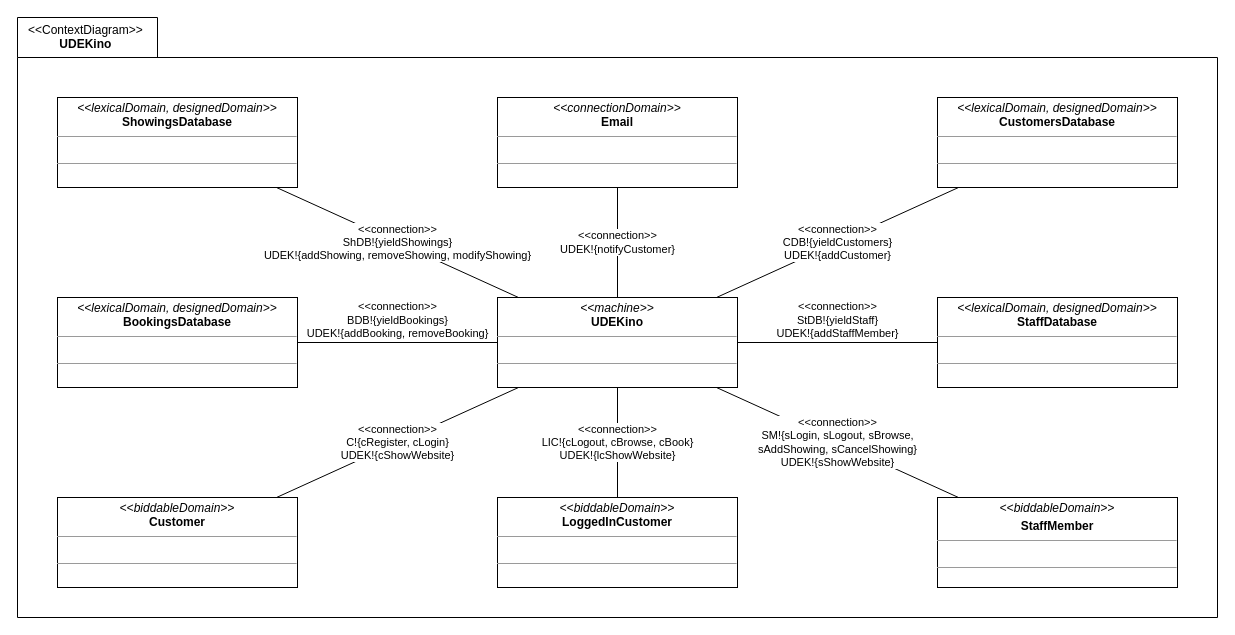
melvdlin/swtlab keeps this draw.io diagram as a02_context_diagram.drawio. Above is the earlier version. Source tidied: cells renumbered, new cells numbered last; positions are measured from the earlier drawing's top-left corner, leaving out a move shared by most shapes. Both pictures are drawn from the tidied source at 100%, with x=0, y=0 at pixel (17, 17).
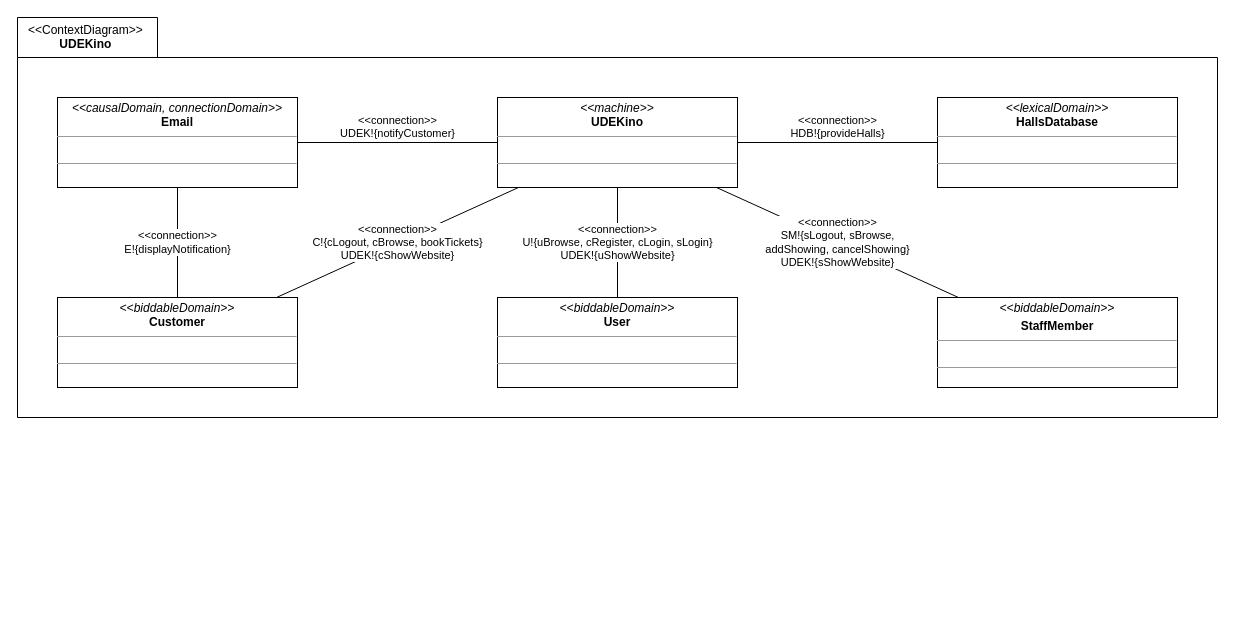
The same page after the edit.

Commit message (it also covers changes not shown here):
rework context diagram

What changed in the source:
```diff
@@
     <mxCell id="2" value="&lt;div style=&quot;&quot;&gt;&lt;span style=&quot;font-weight: 400; background-color: initial;&quot;&gt;&amp;lt;&amp;lt;ContextDiagram&amp;gt;&amp;gt;&lt;/span&gt;&lt;/div&gt;&lt;div style=&quot;text-align: center;&quot;&gt;&lt;span style=&quot;background-color: initial;&quot;&gt;UDEKino&lt;/span&gt;&lt;/div&gt;" style="shape=folder;fontStyle=1;spacingTop=1;tabWidth=140;tabHeight=40;tabPosition=left;html=1;rounded=0;shadow=0;glass=0;comic=0;sketch=0;gradientColor=none;labelPosition=center;verticalLabelPosition=middle;align=left;verticalAlign=top;spacing=0;spacingLeft=11;" parent="1" vertex="1">
-      <mxGeometry width="1200" height="600" as="geometry" />
+      <mxGeometry width="1200" height="400" as="geometry" />
     </mxCell>
-    <mxCell id="3" style="group;" parent="2" vertex="1">
-      <mxGeometry x="40" y="80" width="1120" height="490" as="geometry" />
-    </mxCell>
+    <mxCell id="21" style="group;" parent="1" vertex="1">
+      <mxGeometry x="40" y="80" width="1120" height="290" as="geometry" />
+    </mxCell>
-    <mxCell id="4" value="&lt;p style=&quot;margin:0px;margin-top:4px;text-align:center;&quot;&gt;&lt;i&gt;&amp;lt;&amp;lt;biddableDomain&amp;gt;&amp;gt;&lt;/i&gt;&lt;br&gt;&lt;b&gt;LoggedInCustomer&lt;/b&gt;&lt;/p&gt;&lt;hr size=&quot;1&quot;&gt;&lt;p style=&quot;margin:0px;margin-left:4px;&quot;&gt;&lt;br&gt;&lt;/p&gt;&lt;hr size=&quot;1&quot;&gt;&lt;p style=&quot;margin:0px;margin-left:4px;&quot;&gt;&lt;br&gt;&lt;/p&gt;" style="verticalAlign=top;align=left;overflow=fill;fontSize=12;fontFamily=Helvetica;html=1;rounded=0;shadow=0;glass=0;comic=0;sketch=0;fontColor=default;gradientColor=none;" parent="3" vertex="1">
-      <mxGeometry x="440" y="400" width="240" height="90" as="geometry" />
+    <mxCell id="4" value="&lt;p style=&quot;margin: 0px ; margin-top: 4px ; text-align: center&quot;&gt;&lt;i&gt;&amp;lt;&amp;lt;biddableDomain&amp;gt;&amp;gt;&lt;/i&gt;&lt;br&gt;&lt;b&gt;Customer&lt;/b&gt;&lt;/p&gt;&lt;hr size=&quot;1&quot;&gt;&lt;p style=&quot;margin: 0px ; margin-left: 4px&quot;&gt;&lt;br&gt;&lt;/p&gt;&lt;hr size=&quot;1&quot;&gt;&lt;p style=&quot;margin: 0px ; margin-left: 4px&quot;&gt;&lt;br&gt;&lt;/p&gt;" style="verticalAlign=top;align=left;overflow=fill;fontSize=12;fontFamily=Helvetica;html=1;rounded=0;shadow=0;glass=0;comic=0;sketch=0;fontColor=default;gradientColor=none;" parent="21" vertex="1">
+      <mxGeometry y="200" width="240" height="90" as="geometry" />
     </mxCell>
+    <mxCell id="22" value="&amp;lt;&amp;lt;connection&amp;gt;&amp;gt;&lt;br&gt;E!{displayNotification}" style="edgeStyle=none;rounded=0;jettySize=auto;html=1;endArrow=none;endFill=0;" parent="21" edge="1" source="5" target="4">
+      <mxGeometry relative="1" as="geometry" />
+    </mxCell>
-    <mxCell id="5" value="&lt;p style=&quot;margin:0px;margin-top:4px;text-align:center;&quot;&gt;&lt;i&gt;&amp;lt;&amp;lt;connectionDomain&amp;gt;&amp;gt;&lt;/i&gt;&lt;br&gt;&lt;b&gt;Email&lt;/b&gt;&lt;/p&gt;&lt;hr size=&quot;1&quot;&gt;&lt;p style=&quot;margin:0px;margin-left:4px;&quot;&gt;&lt;br&gt;&lt;/p&gt;&lt;hr size=&quot;1&quot;&gt;&lt;p style=&quot;margin:0px;margin-left:4px;&quot;&gt;&lt;br&gt;&lt;/p&gt;" style="verticalAlign=top;align=left;overflow=fill;fontSize=12;fontFamily=Helvetica;html=1;rounded=0;shadow=0;glass=0;comic=0;sketch=0;fontColor=default;gradientColor=none;" parent="3" vertex="1">
-      <mxGeometry x="440" width="240" height="90" as="geometry" />
+    <mxCell id="5" value="&lt;p style=&quot;margin: 0px ; margin-top: 4px ; text-align: center&quot;&gt;&lt;i&gt;&amp;lt;&amp;lt;causalDomain, connectionDomain&amp;gt;&amp;gt;&lt;/i&gt;&lt;br&gt;&lt;b&gt;Email&lt;/b&gt;&lt;/p&gt;&lt;hr size=&quot;1&quot;&gt;&lt;p style=&quot;margin: 0px ; margin-left: 4px&quot;&gt;&lt;br&gt;&lt;/p&gt;&lt;hr size=&quot;1&quot;&gt;&lt;p style=&quot;margin: 0px ; margin-left: 4px&quot;&gt;&lt;br&gt;&lt;/p&gt;" style="verticalAlign=top;align=left;overflow=fill;fontSize=12;fontFamily=Helvetica;html=1;rounded=0;shadow=0;glass=0;comic=0;sketch=0;fontColor=default;gradientColor=none;" parent="21" vertex="1">
+      <mxGeometry width="240" height="90" as="geometry" />
     </mxCell>
-    <mxCell id="6" value="&lt;p style=&quot;margin:0px;margin-top:4px;text-align:center;&quot;&gt;&lt;i&gt;&amp;lt;&amp;lt;biddableDomain&amp;gt;&amp;gt;&lt;/i&gt;&lt;br&gt;&lt;b&gt;Customer&lt;/b&gt;&lt;/p&gt;&lt;hr size=&quot;1&quot;&gt;&lt;p style=&quot;margin:0px;margin-left:4px;&quot;&gt;&lt;br&gt;&lt;/p&gt;&lt;hr size=&quot;1&quot;&gt;&lt;p style=&quot;margin:0px;margin-left:4px;&quot;&gt;&lt;br&gt;&lt;/p&gt;" style="verticalAlign=top;align=left;overflow=fill;fontSize=12;fontFamily=Helvetica;html=1;rounded=0;shadow=0;glass=0;comic=0;sketch=0;fontColor=default;gradientColor=none;" parent="3" vertex="1">
-      <mxGeometry y="400" width="240" height="90" as="geometry" />
+    <mxCell id="6" value="&lt;p style=&quot;margin: 0px ; margin-top: 4px ; text-align: center&quot;&gt;&lt;i&gt;&amp;lt;&amp;lt;biddableDomain&amp;gt;&amp;gt;&lt;/i&gt;&lt;br&gt;&lt;b&gt;User&lt;/b&gt;&lt;/p&gt;&lt;hr size=&quot;1&quot;&gt;&lt;p style=&quot;margin: 0px ; margin-left: 4px&quot;&gt;&lt;br&gt;&lt;/p&gt;&lt;hr size=&quot;1&quot;&gt;&lt;p style=&quot;margin: 0px ; margin-left: 4px&quot;&gt;&lt;br&gt;&lt;/p&gt;" style="verticalAlign=top;align=left;overflow=fill;fontSize=12;fontFamily=Helvetica;html=1;rounded=0;shadow=0;glass=0;comic=0;sketch=0;fontColor=default;gradientColor=none;" parent="21" vertex="1">
+      <mxGeometry x="440" y="200" width="240" height="90" as="geometry" />
     </mxCell>
-    <mxCell id="7" value="&lt;p style=&quot;margin:0px;margin-top:4px;text-align:center;&quot;&gt;&lt;i&gt;&amp;lt;&amp;lt;biddableD&lt;/i&gt;&lt;i style=&quot;background-color: initial;&quot;&gt;omain&amp;gt;&amp;gt;&lt;/i&gt;&lt;/p&gt;&lt;p style=&quot;margin:0px;margin-top:4px;text-align:center;&quot;&gt;&lt;b&gt;StaffMember&lt;/b&gt;&lt;/p&gt;&lt;hr size=&quot;1&quot;&gt;&lt;p style=&quot;margin:0px;margin-left:4px;&quot;&gt;&lt;br&gt;&lt;/p&gt;&lt;hr size=&quot;1&quot;&gt;&lt;p style=&quot;margin:0px;margin-left:4px;&quot;&gt;&lt;br&gt;&lt;/p&gt;" style="verticalAlign=top;align=left;overflow=fill;fontSize=12;fontFamily=Helvetica;html=1;rounded=0;shadow=0;glass=0;comic=0;sketch=0;fontColor=default;gradientColor=none;" parent="3" vertex="1">
-      <mxGeometry x="880" y="400" width="240" height="90" as="geometry" />
-    </mxCell>
-    <mxCell id="8" value="&amp;lt;&amp;lt;connection&amp;gt;&amp;gt;&lt;br&gt;UDEK!{notifyCustomer}" style="rounded=0;jettySize=auto;html=1;endArrow=none;endFill=0;" parent="3" edge="1" source="11" target="5">
+    <mxCell id="8" value="&amp;lt;&amp;lt;connection&amp;gt;&amp;gt;&lt;br&gt;UDEK!{notifyCustomer}" style="rounded=0;jettySize=auto;html=1;endArrow=none;endFill=0;verticalAlign=bottom;" parent="21" edge="1" source="11" target="5">
       <mxGeometry relative="1" as="geometry" />
     </mxCell>
-    <mxCell id="9" value="&amp;lt;&amp;lt;connection&amp;gt;&amp;gt;&lt;br&gt;C!{cRegister, cLogin}&lt;br&gt;UDEK!{cShowWebsite}" style="edgeStyle=none;rounded=0;jettySize=auto;html=1;endArrow=none;endFill=0;" parent="3" edge="1" source="11" target="6">
+    <mxCell id="9" value="&amp;lt;&amp;lt;connection&amp;gt;&amp;gt;&lt;br&gt;U!{uBrowse, cRegister, cLogin, sLogin}&lt;br&gt;UDEK!{uShowWebsite}" style="edgeStyle=none;rounded=0;jettySize=auto;html=1;endArrow=none;endFill=0;" parent="21" edge="1" source="11" target="6">
       <mxGeometry relative="1" as="geometry" />
     </mxCell>
-    <mxCell id="10" value="&amp;lt;&amp;lt;connection&amp;gt;&amp;gt;&lt;br&gt;SM!{sLogin, sLogout, sBrowse,&lt;br&gt;sAddShowing, sCancelShowing}&lt;br&gt;UDEK!{sShowWebsite}" style="edgeStyle=none;rounded=0;jettySize=auto;html=1;endArrow=none;endFill=0;" parent="3" edge="1" source="11" target="7">
-      <mxGeometry relative="1" as="geometry" />
-    </mxCell>
-    <mxCell id="11" value="&lt;p style=&quot;margin:0px;margin-top:4px;text-align:center;&quot;&gt;&lt;i&gt;&amp;lt;&amp;lt;machine&amp;gt;&amp;gt;&lt;/i&gt;&lt;br&gt;&lt;b&gt;UDEKino&lt;/b&gt;&lt;/p&gt;&lt;hr size=&quot;1&quot;&gt;&lt;p style=&quot;margin:0px;margin-left:4px;&quot;&gt;&lt;br&gt;&lt;/p&gt;&lt;hr size=&quot;1&quot;&gt;&lt;p style=&quot;margin:0px;margin-left:4px;&quot;&gt;&lt;br&gt;&lt;/p&gt;" style="verticalAlign=top;align=left;overflow=fill;fontSize=12;fontFamily=Helvetica;html=1;rounded=0;shadow=0;glass=0;comic=0;sketch=0;fontColor=default;gradientColor=none;" parent="3" vertex="1">
-      <mxGeometry x="440" y="200" width="240" height="90" as="geometry" />
+    <mxCell id="11" value="&lt;p style=&quot;margin:0px;margin-top:4px;text-align:center;&quot;&gt;&lt;i&gt;&amp;lt;&amp;lt;machine&amp;gt;&amp;gt;&lt;/i&gt;&lt;br&gt;&lt;b&gt;UDEKino&lt;/b&gt;&lt;/p&gt;&lt;hr size=&quot;1&quot;&gt;&lt;p style=&quot;margin:0px;margin-left:4px;&quot;&gt;&lt;br&gt;&lt;/p&gt;&lt;hr size=&quot;1&quot;&gt;&lt;p style=&quot;margin:0px;margin-left:4px;&quot;&gt;&lt;br&gt;&lt;/p&gt;" style="verticalAlign=top;align=left;overflow=fill;fontSize=12;fontFamily=Helvetica;html=1;rounded=0;shadow=0;glass=0;comic=0;sketch=0;fontColor=default;gradientColor=none;" parent="21" vertex="1">
+      <mxGeometry x="440" width="240" height="90" as="geometry" />
     </mxCell>
-    <mxCell id="12" value="&amp;lt;&amp;lt;connection&amp;gt;&amp;gt;&lt;br&gt;LIC!{cLogout, cBrowse, cBook}&lt;br&gt;UDEK!{lcShowWebsite}" style="rounded=0;jettySize=auto;html=1;endArrow=none;endFill=0;verticalAlign=middle;" parent="3" edge="1" source="4" target="11">
+    <mxCell id="12" value="&amp;lt;&amp;lt;connection&amp;gt;&amp;gt;&lt;br&gt;C!{cLogout, cBrowse, bookTickets}&lt;br&gt;UDEK!{cShowWebsite}" style="rounded=0;jettySize=auto;html=1;endArrow=none;endFill=0;verticalAlign=middle;" parent="21" edge="1" source="4" target="11">
       <mxGeometry relative="1" as="geometry" />
     </mxCell>
-    <mxCell id="13" value="&lt;p style=&quot;margin:0px;margin-top:4px;text-align:center;&quot;&gt;&lt;i&gt;&amp;lt;&amp;lt;lexicalDomain, designedDomain&amp;gt;&amp;gt;&lt;/i&gt;&lt;br&gt;&lt;b&gt;StaffDatabase&lt;/b&gt;&lt;/p&gt;&lt;hr size=&quot;1&quot;&gt;&lt;p style=&quot;margin:0px;margin-left:4px;&quot;&gt;&lt;br&gt;&lt;/p&gt;&lt;hr size=&quot;1&quot;&gt;&lt;p style=&quot;margin:0px;margin-left:4px;&quot;&gt;&lt;br&gt;&lt;/p&gt;" style="verticalAlign=top;align=left;overflow=fill;fontSize=12;fontFamily=Helvetica;html=1;rounded=0;shadow=0;glass=0;comic=0;sketch=0;fontColor=default;gradientColor=none;" parent="3" vertex="1">
-      <mxGeometry x="880" y="200" width="240" height="90" as="geometry" />
-    </mxCell>
-    <mxCell id="14" value="&amp;lt;&amp;lt;connection&amp;gt;&amp;gt;&lt;br&gt;StDB!{yieldStaff}&lt;br&gt;UDEK!{addStaffMember}" style="edgeStyle=none;rounded=0;jettySize=auto;html=1;endArrow=none;endFill=0;verticalAlign=bottom;" parent="3" edge="1" source="11" target="13">
-      <mxGeometry relative="1" as="geometry" />
-    </mxCell>
-    <mxCell id="15" value="&lt;p style=&quot;margin:0px;margin-top:4px;text-align:center;&quot;&gt;&lt;i&gt;&amp;lt;&amp;lt;lexicalDomain, designedDomain&amp;gt;&amp;gt;&lt;/i&gt;&lt;br&gt;&lt;b&gt;BookingsDatabase&lt;/b&gt;&lt;/p&gt;&lt;hr size=&quot;1&quot;&gt;&lt;p style=&quot;margin:0px;margin-left:4px;&quot;&gt;&lt;br&gt;&lt;/p&gt;&lt;hr size=&quot;1&quot;&gt;&lt;p style=&quot;margin:0px;margin-left:4px;&quot;&gt;&lt;br&gt;&lt;/p&gt;" style="verticalAlign=top;align=left;overflow=fill;fontSize=12;fontFamily=Helvetica;html=1;rounded=0;shadow=0;glass=0;comic=0;sketch=0;fontColor=default;gradientColor=none;" parent="3" vertex="1">
-      <mxGeometry y="200" width="240" height="90" as="geometry" />
-    </mxCell>
-    <mxCell id="16" value="&amp;lt;&amp;lt;connection&amp;gt;&amp;gt;&lt;br&gt;BDB!{yieldBookings}&lt;br&gt;UDEK!{addBooking, removeBooking}" style="edgeStyle=none;rounded=0;jettySize=auto;html=1;endArrow=none;endFill=0;labelBackgroundColor=default;verticalAlign=bottom;" parent="3" edge="1" source="11" target="15">
-      <mxGeometry relative="1" as="geometry" />
-    </mxCell>
-    <mxCell id="17" value="&lt;p style=&quot;margin:0px;margin-top:4px;text-align:center;&quot;&gt;&lt;i&gt;&amp;lt;&amp;lt;lexicalDomain, designedDomain&amp;gt;&amp;gt;&lt;/i&gt;&lt;br&gt;&lt;b&gt;CustomersDatabase&lt;/b&gt;&lt;/p&gt;&lt;hr size=&quot;1&quot;&gt;&lt;p style=&quot;margin:0px;margin-left:4px;&quot;&gt;&lt;br&gt;&lt;/p&gt;&lt;hr size=&quot;1&quot;&gt;&lt;p style=&quot;margin:0px;margin-left:4px;&quot;&gt;&lt;br&gt;&lt;/p&gt;" style="verticalAlign=top;align=left;overflow=fill;fontSize=12;fontFamily=Helvetica;html=1;rounded=0;shadow=0;glass=0;comic=0;sketch=0;fontColor=default;gradientColor=none;" parent="2" vertex="1">
-      <mxGeometry x="920" y="80" width="240" height="90" as="geometry" />
-    </mxCell>
-    <mxCell id="18" value="&amp;lt;&amp;lt;connection&amp;gt;&amp;gt;&lt;br&gt;CDB!{yieldCustomers}&lt;br&gt;UDEK!{addCustomer}" style="edgeStyle=none;rounded=0;jettySize=auto;html=1;endArrow=none;endFill=0;" parent="2" edge="1" source="11" target="17">
-      <mxGeometry relative="1" as="geometry" />
-    </mxCell>
-    <mxCell id="19" value="&lt;p style=&quot;margin:0px;margin-top:4px;text-align:center;&quot;&gt;&lt;i&gt;&amp;lt;&amp;lt;lexicalDomain, designedDomain&amp;gt;&amp;gt;&lt;/i&gt;&lt;br&gt;&lt;b&gt;ShowingsDatabase&lt;/b&gt;&lt;/p&gt;&lt;hr size=&quot;1&quot;&gt;&lt;p style=&quot;margin:0px;margin-left:4px;&quot;&gt;&lt;br&gt;&lt;/p&gt;&lt;hr size=&quot;1&quot;&gt;&lt;p style=&quot;margin:0px;margin-left:4px;&quot;&gt;&lt;br&gt;&lt;/p&gt;" style="verticalAlign=top;align=left;overflow=fill;fontSize=12;fontFamily=Helvetica;html=1;rounded=0;shadow=0;glass=0;comic=0;sketch=0;fontColor=default;gradientColor=none;" parent="2" vertex="1">
-      <mxGeometry x="40" y="80" width="240" height="90" as="geometry" />
-    </mxCell>
-    <mxCell id="20" value="&amp;lt;&amp;lt;connection&amp;gt;&amp;gt;&lt;br&gt;ShDB!{yieldShowings}&lt;br&gt;UDEK!{addShowing, removeShowing, modifyShowing}" style="edgeStyle=none;rounded=0;jettySize=auto;html=1;endArrow=none;endFill=0;" parent="2" edge="1" source="19" target="11">
-      <mxGeometry relative="1" as="geometry" />
-    </mxCell>
+    <mxCell id="23" value="&lt;p style=&quot;margin: 0px ; margin-top: 4px ; text-align: center&quot;&gt;&lt;i&gt;&amp;lt;&amp;lt;lexicalDomain&amp;gt;&amp;gt;&lt;/i&gt;&lt;br&gt;&lt;b&gt;HallsDatabase&lt;/b&gt;&lt;/p&gt;&lt;hr size=&quot;1&quot;&gt;&lt;p style=&quot;margin: 0px ; margin-left: 4px&quot;&gt;&lt;br&gt;&lt;/p&gt;&lt;hr size=&quot;1&quot;&gt;&lt;p style=&quot;margin: 0px ; margin-left: 4px&quot;&gt;&lt;br&gt;&lt;/p&gt;" style="verticalAlign=top;align=left;overflow=fill;fontSize=12;fontFamily=Helvetica;html=1;rounded=0;shadow=0;glass=0;comic=0;sketch=0;fontColor=default;gradientColor=none;" parent="21" vertex="1">
+      <mxGeometry x="880" width="240" height="90" as="geometry" />
+    </mxCell>
+    <mxCell id="24" value="&amp;lt;&amp;lt;connection&amp;gt;&amp;gt;&lt;br&gt;HDB!{provideHalls}" style="edgeStyle=none;rounded=0;jettySize=auto;html=1;endArrow=none;endFill=0;verticalAlign=bottom;" parent="21" edge="1" source="11" target="23">
+      <mxGeometry relative="1" as="geometry" />
+    </mxCell>
+    <mxCell id="25" value="&amp;lt;&amp;lt;connection&amp;gt;&amp;gt;&lt;br&gt;SM!{sLogout, sBrowse,&lt;br&gt;addShowing, cancelShowing}&lt;br&gt;UDEK!{sShowWebsite}" style="rounded=0;jettySize=auto;html=1;endArrow=none;endFill=0;verticalAlign=middle;" parent="21" edge="1" source="7" target="11">
+      <mxGeometry relative="1" as="geometry" />
+    </mxCell>
+    <mxCell id="7" value="&lt;p style=&quot;margin: 0px ; margin-top: 4px ; text-align: center&quot;&gt;&lt;i&gt;&amp;lt;&amp;lt;biddableD&lt;/i&gt;&lt;i&gt;omain&amp;gt;&amp;gt;&lt;/i&gt;&lt;/p&gt;&lt;p style=&quot;margin: 0px ; margin-top: 4px ; text-align: center&quot;&gt;&lt;b&gt;StaffMember&lt;/b&gt;&lt;/p&gt;&lt;hr size=&quot;1&quot;&gt;&lt;p style=&quot;margin: 0px ; margin-left: 4px&quot;&gt;&lt;br&gt;&lt;/p&gt;&lt;hr size=&quot;1&quot;&gt;&lt;p style=&quot;margin: 0px ; margin-left: 4px&quot;&gt;&lt;br&gt;&lt;/p&gt;" style="verticalAlign=top;align=left;overflow=fill;fontSize=12;fontFamily=Helvetica;html=1;rounded=0;shadow=0;glass=0;comic=0;sketch=0;fontColor=default;gradientColor=none;" parent="21" vertex="1">
+      <mxGeometry x="880" y="200" width="240" height="90" as="geometry" />
+    </mxCell>
```
